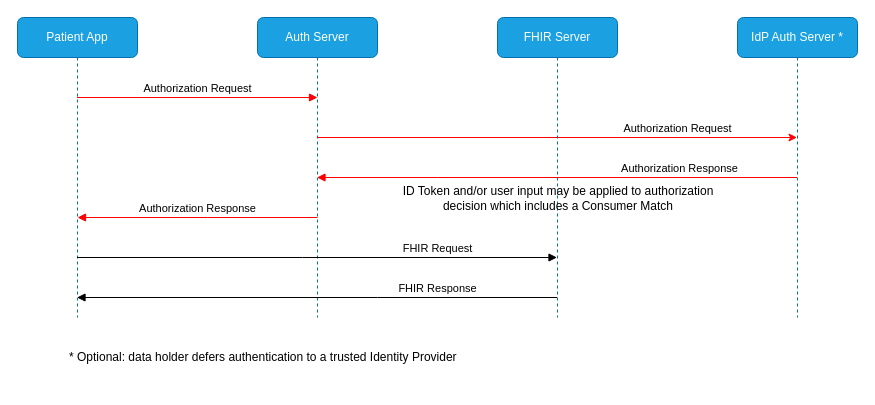
Before: page "Patient-Directed B2C" (3 of 7) of input/images/Use Case Diagrams.drawio in HL7/fhir-identity-matching-ig, a draw.io diagram. Source tidied: cells renumbered, new cells numbered last; positions are measured from the earlier drawing's top-left corner, leaving out a move shared by most shapes. Both pictures are drawn from the tidied source at 100%, with x=0, y=0 at pixel (17, 17).
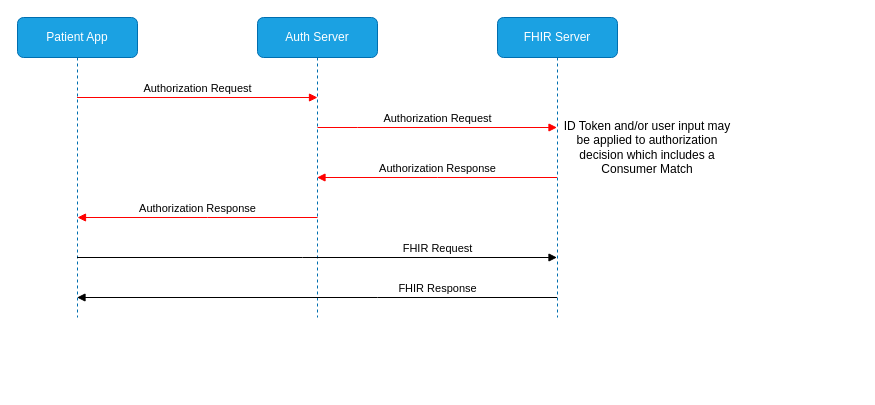
Above is the later version.

Unchanged cells that the change refers to:
```xml
<mxCell id="3" value="Auth Server" style="shape=umlLifeline;perimeter=lifelinePerimeter;whiteSpace=wrap;html=1;outlineConnect=0;portConstraint=eastwest;newEdgeStyle={&quot;edgeStyle&quot;:&quot;elbowEdgeStyle&quot;,&quot;elbow&quot;:&quot;vertical&quot;,&quot;curved&quot;:0,&quot;rounded&quot;:0};fillColor=#1ba1e2;fontColor=#ffffff;strokeColor=#006EAF;rounded=1;" parent="1" vertex="1">
  <mxGeometry x="240" width="120" height="300" as="geometry" />
</mxCell>
<mxCell id="9" value="FHIR Server" style="shape=umlLifeline;perimeter=lifelinePerimeter;whiteSpace=wrap;html=1;outlineConnect=0;portConstraint=eastwest;newEdgeStyle={&quot;edgeStyle&quot;:&quot;elbowEdgeStyle&quot;,&quot;elbow&quot;:&quot;vertical&quot;,&quot;curved&quot;:0,&quot;rounded&quot;:0};fillColor=#1ba1e2;fontColor=#ffffff;strokeColor=#006EAF;rounded=1;" parent="1" vertex="1">
  <mxGeometry x="480" width="120" height="300" as="geometry" />
</mxCell>
```

Diff of the diagram source:
```diff
@@
-    <mxCell id="5" value="Authorization Response" style="html=1;verticalAlign=bottom;endArrow=block;edgeStyle=elbowEdgeStyle;elbow=vertical;curved=0;rounded=0;fillColor=#e51400;strokeColor=light-dark(#ff0000, #ffacac);" parent="1" edge="1" source="6" target="3">
-      <mxGeometry x="-0.51" relative="1" as="geometry">
+    <mxCell id="5" value="Authorization Response" style="html=1;verticalAlign=bottom;endArrow=block;edgeStyle=elbowEdgeStyle;elbow=vertical;curved=0;rounded=0;fillColor=#e51400;strokeColor=light-dark(#ff0000, #ffacac);" parent="1" edge="1" source="9" target="3">
+      <mxGeometry relative="1" as="geometry">
         <Array as="points">
           <mxPoint x="420" y="160" />
           <mxPoint x="487.5" y="170" />
           <mxPoint x="597.5" y="150" />
         </Array>
       </mxGeometry>
     </mxCell>
-    <mxCell id="6" value="IdP Auth Server *" style="shape=umlLifeline;perimeter=lifelinePerimeter;whiteSpace=wrap;html=1;outlineConnect=0;portConstraint=eastwest;newEdgeStyle={&quot;edgeStyle&quot;:&quot;elbowEdgeStyle&quot;,&quot;elbow&quot;:&quot;vertical&quot;,&quot;curved&quot;:0,&quot;rounded&quot;:0};fillColor=#1ba1e2;fontColor=#ffffff;strokeColor=#006EAF;rounded=1;" parent="1" vertex="1">
-      <mxGeometry x="720" width="120" height="300" as="geometry" />
-    </mxCell>
-    <mxCell id="7" style="edgeStyle=elbowEdgeStyle;rounded=0;jettySize=auto;html=1;elbow=vertical;curved=0;fillColor=#e51400;strokeColor=light-dark(#ff0000, #ffacac);" parent="1" edge="1" source="3" target="6">
-      <mxGeometry relative="1" as="geometry">
-        <Array as="points">
-          <mxPoint x="540" y="120" />
-          <mxPoint x="393" y="110" />
-        </Array>
-      </mxGeometry>
-    </mxCell>
-    <mxCell id="8" value="Authorization Request" style="edgeLabel;html=1;align=center;verticalAlign=middle;" parent="7" vertex="1">
-      <mxGeometry x="-0.37" y="-1" relative="1" as="geometry">
-        <mxPoint x="209" y="-11" as="offset" />
-      </mxGeometry>
-    </mxCell>
@@
     <mxCell id="13" value="ID Token and/or user input may be applied to authorization&lt;div&gt;decision which includes a Consumer Match&lt;/div&gt;" style="text;html=1;align=center;verticalAlign=middle;whiteSpace=wrap;rounded=0;" parent="1" vertex="1">
-      <mxGeometry x="346" y="151" width="390" height="60" as="geometry" />
+      <mxGeometry x="540" y="100" width="180" height="60" as="geometry" />
     </mxCell>
-    <mxCell id="14" value="* Optional: data holder defers authentication to a trusted Identity Provider" style="text;html=1;align=left;verticalAlign=middle;whiteSpace=wrap;rounded=0;" parent="1" vertex="1">
-      <mxGeometry x="50" y="310" width="440" height="60" as="geometry" />
-    </mxCell>
+    <mxCell id="8" value="Authorization Request" style="html=1;verticalAlign=bottom;endArrow=block;edgeStyle=elbowEdgeStyle;elbow=vertical;curved=0;rounded=0;fillColor=#e51400;strokeColor=light-dark(#ff0000, #ededed);" parent="1" edge="1" target="9">
+      <mxGeometry relative="1" as="geometry">
+        <mxPoint x="300" y="110" as="sourcePoint" />
+        <Array as="points">
+          <mxPoint x="340" y="110" />
+          <mxPoint x="357.5" y="100" />
+        </Array>
+      </mxGeometry>
+    </mxCell>
```
